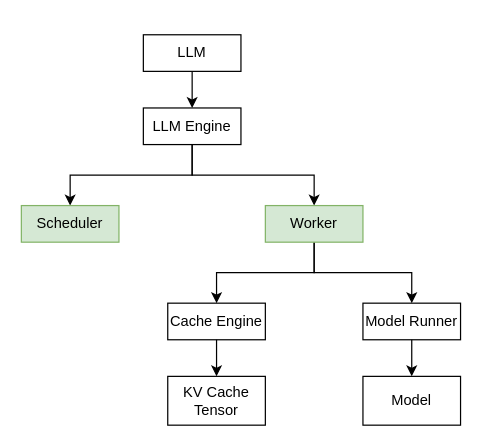
The draw.io diagram docs/Untitled Diagram.drawio in XPengZhao/Data-Visualization, before the edit. Source tidied: cells renumbered, new cells numbered last; positions are measured from the earlier drawing's top-left corner, leaving out a move shared by most shapes. Both pictures are drawn from the tidied source at 122%, with x=0, y=0 at pixel (21, 34).
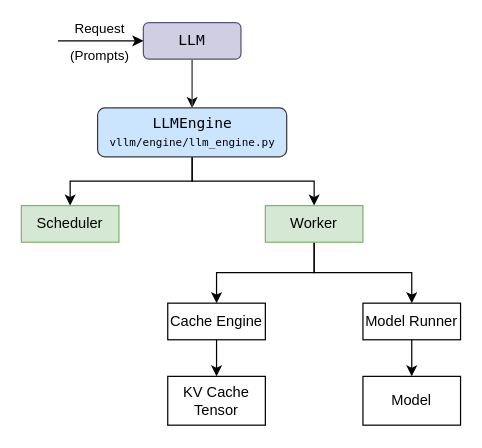
The same diagram, later.

The edit, as a diff of the source:
```diff
@@
-    <mxCell id="3" value="LLM" style="rounded=0;whiteSpace=wrap;html=1;" parent="1" vertex="1">
-      <mxGeometry x="100" width="80" height="30" as="geometry" />
+    <mxCell id="3" value="&lt;font face=&quot;Lucida Console&quot;&gt;LLM&lt;/font&gt;" style="rounded=1;whiteSpace=wrap;html=1;fillColor=#d0cee2;strokeColor=#56517e;" parent="1" vertex="1">
+      <mxGeometry x="100" y="-10" width="80" height="30" as="geometry" />
     </mxCell>
@@
+    <mxCell id="17" style="edgeStyle=orthogonalEdgeStyle;rounded=0;jettySize=auto;html=1;endArrow=none;startFill=0;strokeWidth=0.5;fillColor=#eeeeee;strokeColor=light-dark(#b1b2b4, #babdc0);" parent="1" edge="1" source="6" target="3">
+      <mxGeometry relative="1" as="geometry">
+        <Array as="points">
+          <mxPoint x="140" y="40" />
+          <mxPoint x="140" y="40" />
+        </Array>
+      </mxGeometry>
+    </mxCell>
-    <mxCell id="6" value="LLM Engine" style="rounded=0;whiteSpace=wrap;html=1;" parent="1" vertex="1">
-      <mxGeometry x="100" y="60" width="80" height="30" as="geometry" />
+    <mxCell id="6" value="LLMEngine&lt;div&gt;&lt;font style=&quot;font-size: 9px;&quot;&gt;vllm/engine/llm_engine.py&lt;/font&gt;&lt;/div&gt;" style="rounded=1;whiteSpace=wrap;html=1;fillColor=#cce5ff;strokeColor=#36393d;fontFamily=Lucida Console;" parent="1" vertex="1">
+      <mxGeometry x="62.5" y="60" width="155" height="40" as="geometry" />
     </mxCell>
@@
+    <mxCell id="18" style="endArrow=classic;html=1;rounded=0;entryX=0;entryY=0.5;entryDx=0;entryDy=0;verticalAlign=top;" parent="1" edge="1" target="3">
+      <mxGeometry relative="1" as="geometry">
+        <mxPoint x="30" y="5" as="sourcePoint" />
+      </mxGeometry>
+    </mxCell>
+    <mxCell id="19" value="Request" style="edgeLabel;html=1;align=center;verticalAlign=middle;" parent="18" vertex="1">
+      <mxGeometry relative="1" as="geometry">
+        <mxPoint x="-2" y="-11" as="offset" />
+      </mxGeometry>
+    </mxCell>
+    <mxCell id="20" value="(Prompts)" style="edgeLabel;html=1;align=center;verticalAlign=middle;" parent="18" vertex="1">
+      <mxGeometry relative="1" as="geometry">
+        <mxPoint x="-2" y="11" as="offset" />
+      </mxGeometry>
+    </mxCell>
```
